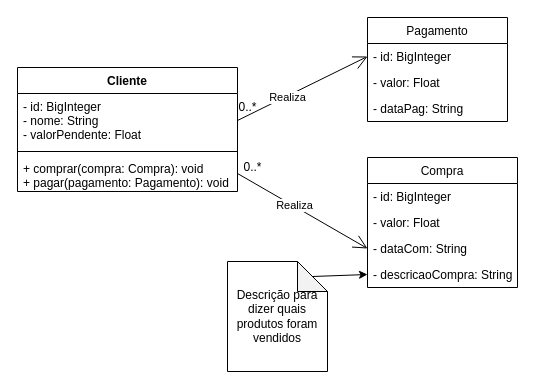
Earlier version of the draw.io diagram arquivos auxiliares/Diagrama-Sistema de cobranca.drawio (BertolotoLucas/Sistema-de-Cobranca). Source tidied: cells renumbered, new cells numbered last; positions are measured from the earlier drawing's top-left corner, leaving out a move shared by most shapes. Both pictures are drawn from the tidied source at 100%, with x=0, y=0 at pixel (17, 17).
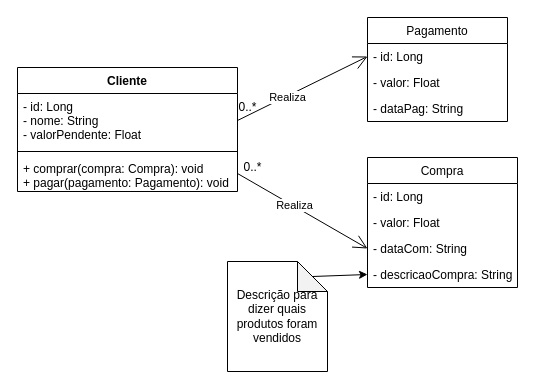
The same page after the edit.

Unchanged cells that the change refers to:
```xml
<mxCell id="2" value="Cliente" style="swimlane;fontStyle=1;align=center;verticalAlign=top;horizontal=1;startSize=26;" parent="1" vertex="1">
  <mxGeometry y="50" width="220" height="124" as="geometry" />
</mxCell>
<mxCell id="6" value="Pagamento" style="swimlane;fontStyle=0;horizontal=1;startSize=26;fillColor=none;" parent="1" vertex="1">
  <mxGeometry x="350" width="140" height="104" as="geometry" />
</mxCell>
<mxCell id="10" value="Compra" style="swimlane;fontStyle=0;horizontal=1;startSize=26;fillColor=none;" parent="1" vertex="1">
  <mxGeometry x="350" y="140" width="150" height="130" as="geometry" />
</mxCell>
```

Change to the diagram source:
```diff
@@
-    <mxCell id="3" value="- id: BigInteger&#10;- nome: String&#10;- valorPendente: Float " style="text;strokeColor=none;fillColor=none;align=left;verticalAlign=top;spacingLeft=4;spacingRight=4;overflow=hidden;points=[[0,0.5],[1,0.5]];portConstraint=eastwest;" parent="2" vertex="1">
+    <mxCell id="3" value="- id: Long&#10;- nome: String&#10;- valorPendente: Float " style="text;strokeColor=none;fillColor=none;align=left;verticalAlign=top;spacingLeft=4;spacingRight=4;overflow=hidden;points=[[0,0.5],[1,0.5]];portConstraint=eastwest;" parent="2" vertex="1">
       <mxGeometry y="26" width="220" height="54" as="geometry" />
     </mxCell>
@@
-    <mxCell id="7" value="- id: BigInteger" style="text;strokeColor=none;fillColor=none;align=left;verticalAlign=top;spacingLeft=4;spacingRight=4;overflow=hidden;points=[[0,0.5],[1,0.5]];portConstraint=eastwest;" parent="6" vertex="1">
+    <mxCell id="7" value="- id: Long" style="text;strokeColor=none;fillColor=none;align=left;verticalAlign=top;spacingLeft=4;spacingRight=4;overflow=hidden;points=[[0,0.5],[1,0.5]];portConstraint=eastwest;" parent="6" vertex="1">
       <mxGeometry y="26" width="140" height="26" as="geometry" />
     </mxCell>
@@
-    <mxCell id="11" value="- id: BigInteger" style="text;strokeColor=none;fillColor=none;align=left;verticalAlign=top;spacingLeft=4;spacingRight=4;overflow=hidden;" parent="10" vertex="1">
+    <mxCell id="11" value="- id: Long" style="text;strokeColor=none;fillColor=none;align=left;verticalAlign=top;spacingLeft=4;spacingRight=4;overflow=hidden;" parent="10" vertex="1">
       <mxGeometry y="26" width="150" height="26" as="geometry" />
     </mxCell>
```
